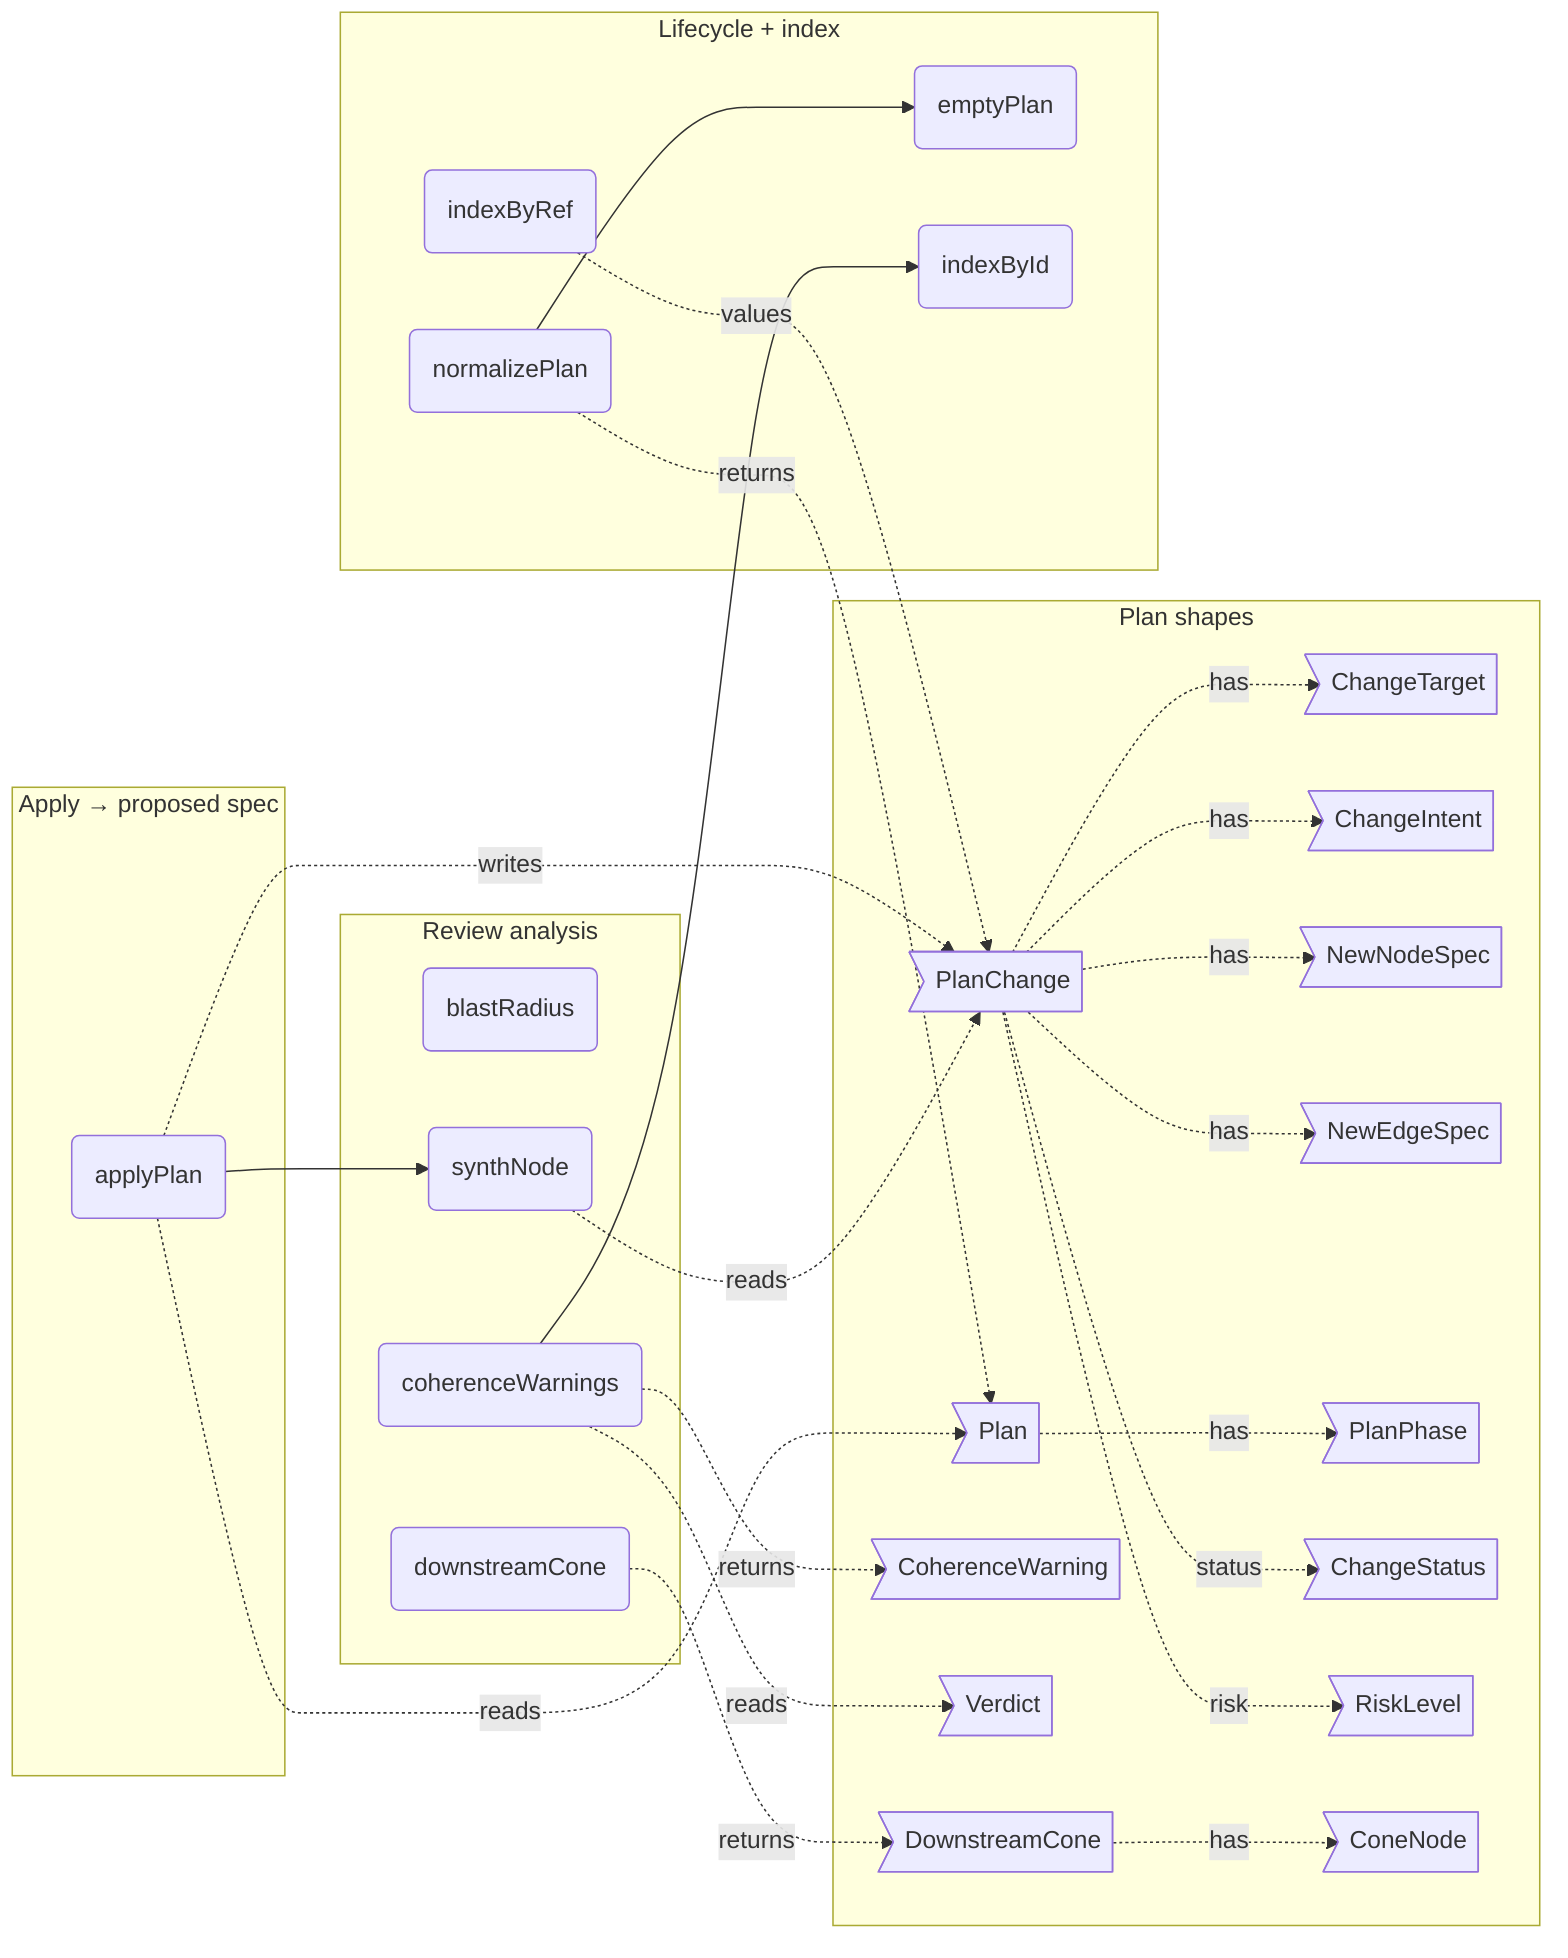
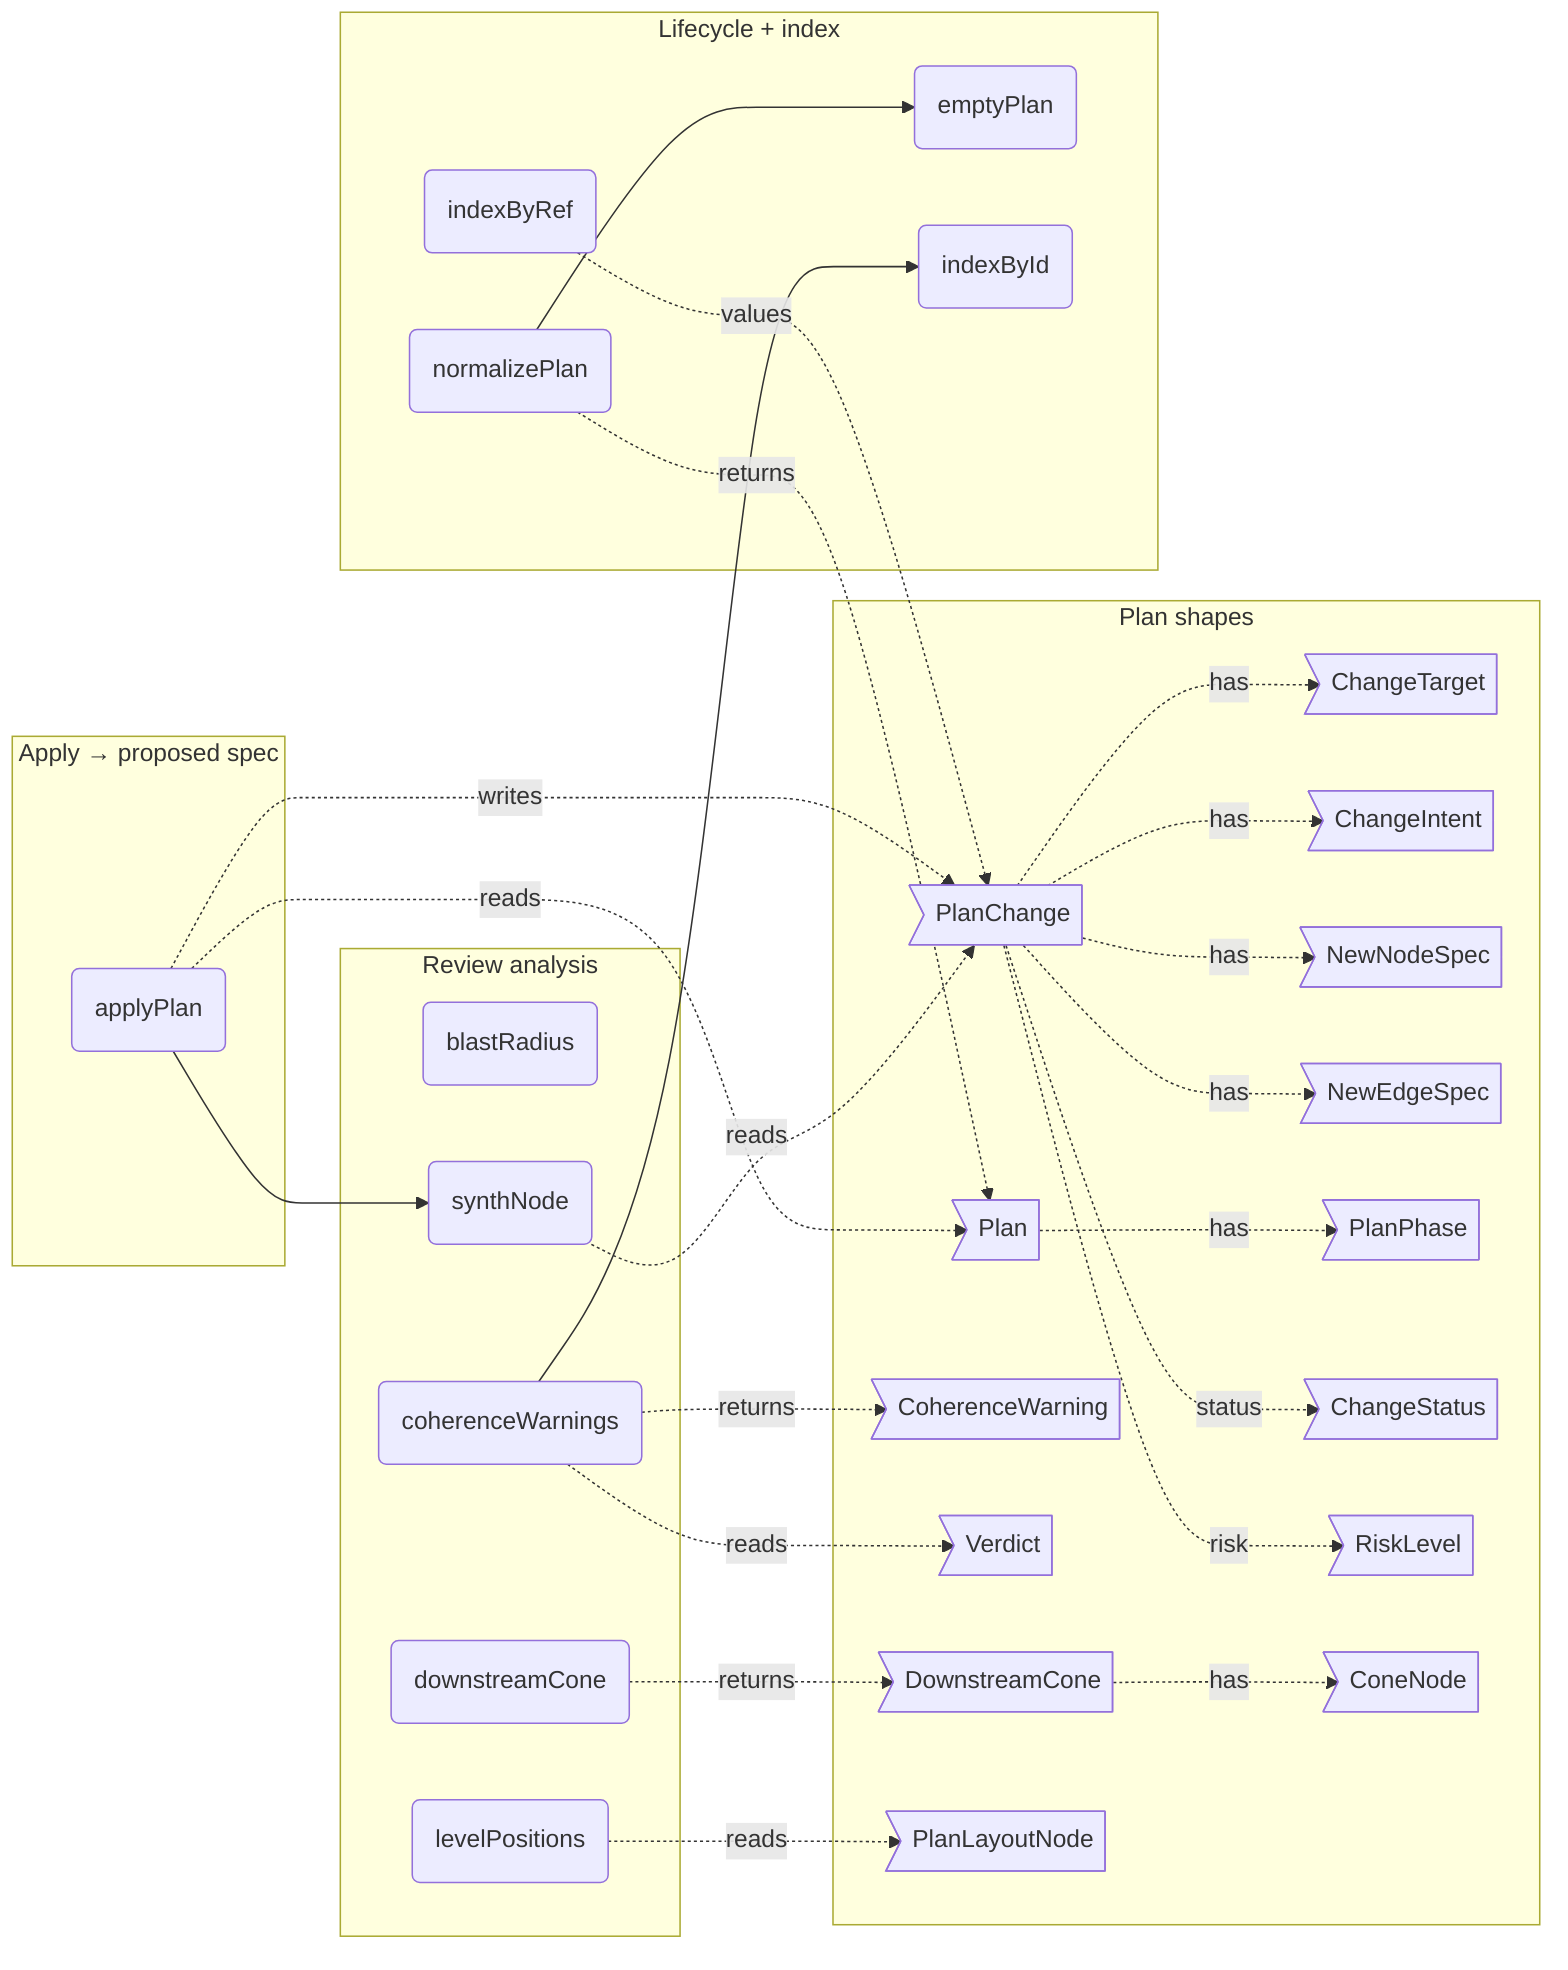
flowchart LR
%% root plan

%% src ChangeTarget src/core/plan/plan.ts#ChangeTarget
%% kind ChangeTarget type
%% fm:meta ChangeTarget name=ChangeTarget
%% fm:meta ChangeTarget desc=what a change is about: a node id, or an edge by its stable from->to:style key

%% src ChangeIntent src/core/plan/plan.ts#ChangeIntent
%% kind ChangeIntent type
%% fm:meta ChangeIntent name=ChangeIntent
%% fm:meta ChangeIntent desc=the WHY of a change: problem, approach, rationale, alternative, tradeoff

%% src NewNodeSpec src/core/plan/plan.ts#NewNodeSpec
%% kind NewNodeSpec type
%% fm:meta NewNodeSpec name=NewNodeSpec
%% fm:meta NewNodeSpec desc=spec for a node an add-change introduces: label, kind, drill-in parent

%% src NewEdgeSpec src/core/plan/plan.ts#NewEdgeSpec
%% kind NewEdgeSpec type
%% fm:meta NewEdgeSpec name=NewEdgeSpec
%% fm:meta NewEdgeSpec desc=spec for an edge an add-change introduces: from, to, style, label

%% src PlanChange src/core/plan/plan.ts#PlanChange
%% kind PlanChange type
%% fm:meta PlanChange name=PlanChange
%% fm:meta PlanChange desc=one proposed change: status, target, phase, risk, intent, dependsOn, optional new node/edge, and proposed fm (the enforceable signature)

%% src PlanPhase src/core/plan/plan.ts#PlanPhase
%% kind PlanPhase type
%% fm:meta PlanPhase name=PlanPhase
%% fm:meta PlanPhase desc=a milestone the changes group under: id, title, subtitle

%% src Plan src/core/plan/plan.ts#Plan
%% kind Plan type
%% fm:meta Plan name=Plan
%% fm:meta Plan desc=a whole build plan: base label, phases, and the list of changes

%% src CoherenceWarning src/core/plan/plan.ts#CoherenceWarning
%% kind CoherenceWarning type
%% fm:meta CoherenceWarning name=CoherenceWarning
%% fm:meta CoherenceWarning desc=a coherence problem from partial acceptance: change id plus message

%% src emptyPlan src/core/plan/plan.ts#emptyPlan
%% kind emptyPlan function
%% fm:meta emptyPlan name=emptyPlan
%% fm:meta emptyPlan desc=create a blank Plan value object
%% fm:meta emptyPlan i0.name=emptyPlan
%% fm:meta emptyPlan i0.returns=Plan

%% src normalizePlan src/core/plan/plan.ts#normalizePlan
%% kind normalizePlan function
%% fm:meta normalizePlan name=normalizePlan
%% fm:meta normalizePlan desc=coerce loaded JSON into a valid Plan, dropping malformed changes
%% fm:meta normalizePlan i0.name=normalizePlan
%% fm:meta normalizePlan i0.accepts=raw: unknown
%% fm:meta normalizePlan i0.returns=Plan

%% src indexByRef src/core/plan/plan.ts#indexByRef
%% kind indexByRef function
%% fm:meta indexByRef name=indexByRef
%% fm:meta indexByRef desc=index changes by their target ref (node id or edgeKey); one change per ref
%% fm:meta indexByRef i0.name=indexByRef
%% fm:meta indexByRef i0.accepts=plan: Plan
%% fm:meta indexByRef i0.returns=Record<string, PlanChange>

%% src indexById src/core/plan/plan.ts#indexById
%% kind indexById function
%% fm:meta indexById name=indexById
%% fm:meta indexById desc=index changes by their own change id
%% fm:meta indexById i0.name=indexById
%% fm:meta indexById i0.accepts=plan: Plan
%% fm:meta indexById i0.returns=Record<string, PlanChange>

%% src blastRadius src/core/plan/plan.ts#blastRadius
%% kind blastRadius function
%% fm:meta blastRadius name=blastRadius
%% fm:meta blastRadius desc=who consumes a node (callers, at-risk) and what it depends on, from the real edge list
%% fm:meta blastRadius i0.name=blastRadius
%% fm:meta blastRadius i0.accepts=edges: DiagramEdge[]
%% fm:meta blastRadius i0.accepts=ref: string
%% fm:meta blastRadius i0.returns={ consumers: string[]; dependencies: string[] }

%% src coherenceWarnings src/core/plan/plan.ts#coherenceWarnings
%% kind coherenceWarnings function
%% fm:meta coherenceWarnings name=coherenceWarnings
%% fm:meta coherenceWarnings desc=find incoherent verdicts: a change accepted while a dependency is rejected
%% fm:meta coherenceWarnings i0.name=coherenceWarnings
%% fm:meta coherenceWarnings i0.accepts=plan: Plan
%% fm:meta coherenceWarnings i0.accepts=verdicts: Record<string, Verdict | undefined>
%% fm:meta coherenceWarnings i0.returns=CoherenceWarning[]

%% src synthNode src/core/plan/plan.ts#synthNode
%% kind synthNode function
%% fm:meta synthNode name=synthNode
%% fm:meta synthNode desc=synthesize a DiagramNode for an add-node change (lives only in the planner view)
%% fm:meta synthNode i0.name=synthNode
%% fm:meta synthNode i0.accepts=c: PlanChange
%% fm:meta synthNode i0.returns=DiagramNode | null

%% src ChangeStatus src/core/plan/plan.ts#ChangeStatus
%% kind ChangeStatus type
%% fm:meta ChangeStatus name=ChangeStatus
%% fm:meta ChangeStatus desc=a change's disposition against current code: add, modify, remove

%% src Verdict src/core/plan/plan.ts#Verdict
%% kind Verdict type
%% fm:meta Verdict name=Verdict
%% fm:meta Verdict desc=a reviewer's per-change decision: accept or reject

%% src RiskLevel src/core/plan/plan.ts#RiskLevel
%% kind RiskLevel type
%% fm:meta RiskLevel name=RiskLevel
%% fm:meta RiskLevel desc=risk band carried on a change: low, med, high
+ 
+ %% src PlanLayoutNode src/core/plan/plan.ts#PlanLayoutNode
+ %% kind PlanLayoutNode type
+ %% fm:meta PlanLayoutNode name=PlanLayoutNode
+ %% fm:meta PlanLayoutNode desc=a node's id, real ctx.state position, parent and synth flag for the planner review-canvas layout
+ 
+ %% src levelPositions src/core/plan/plan.ts#levelPositions
+ %% kind levelPositions function
+ %% fm:meta levelPositions name=levelPositions
+ %% fm:meta levelPositions desc=D1 layout fidelity — real nodes render at their verbatim ctx.state position; only synth add-nodes get a computed slot
+ %% fm:meta levelPositions i0.name=levelPositions
+ %% fm:meta levelPositions i0.accepts=nodes: PlanLayoutNode[]
+ %% fm:meta levelPositions i0.returns=Record<string, { x: number; y: number }>

%% src ConeNode src/core/plan/plan.ts#ConeNode
%% kind ConeNode type
%% fm:meta ConeNode name=ConeNode
%% fm:meta ConeNode desc=one affected node in a downstream cone: id plus hop distance from the change

%% src DownstreamCone src/core/plan/plan.ts#DownstreamCone
%% kind DownstreamCone type
%% fm:meta DownstreamCone name=DownstreamCone
%% fm:meta DownstreamCone desc=transitive impact result: affected cone nodes nearest-first, reached entry points, max depth

%% src downstreamCone src/core/plan/plan.ts#downstreamCone
%% kind downstreamCone function
%% fm:meta downstreamCone name=downstreamCone
%% fm:meta downstreamCone desc=transitive downstream cone of a node change: every node that consumes ref, BFS backward over the edge list
%% fm:meta downstreamCone i0.name=downstreamCone
%% fm:meta downstreamCone i0.accepts=edges: DiagramEdge[]
%% fm:meta downstreamCone i0.accepts=ref: string
%% fm:meta downstreamCone i0.accepts=opts: { roots?: string[]; maxDepth?: number }
%% fm:meta downstreamCone i0.returns=DownstreamCone

%% src applyPlan src/core/plan/plan.ts#applyPlan
%% kind applyPlan function
%% fm:meta applyPlan name=applyPlan
%% fm:meta applyPlan desc=apply a plan's accepted changes to a base model, producing the proposed model that serialises to the approved spec (Phase 1c bridge)
%% fm:meta applyPlan i0.name=applyPlan
%% fm:meta applyPlan i0.accepts=base: { nodes: Record<string, DiagramNode>; edges: DiagramEdge[] }
%% fm:meta applyPlan i0.accepts=plan: Plan
%% fm:meta applyPlan i0.accepts=accepted: (changeId: string) => boolean
%% fm:meta applyPlan i0.returns={ nodes: Record<string, DiagramNode>; edges: DiagramEdge[] }

%% parent p_shapes plan
%% parent p_index plan
%% parent p_analysis plan
%% parent p_apply plan

  subgraph p_shapes ["Plan shapes"]
    ChangeTarget>"ChangeTarget"]
    ChangeIntent>"ChangeIntent"]
    NewNodeSpec>"NewNodeSpec"]
    NewEdgeSpec>"NewEdgeSpec"]
    PlanChange>"PlanChange"]
    PlanPhase>"PlanPhase"]
    Plan>"Plan"]
    CoherenceWarning>"CoherenceWarning"]
    ChangeStatus>"ChangeStatus"]
    Verdict>"Verdict"]
    RiskLevel>"RiskLevel"]
    ConeNode>"ConeNode"]
    DownstreamCone>"DownstreamCone"]
+     PlanLayoutNode>"PlanLayoutNode"]
  end
  subgraph p_index ["Lifecycle + index"]
    emptyPlan("emptyPlan")
    normalizePlan("normalizePlan")
    indexByRef("indexByRef")
    indexById("indexById")
  end
  subgraph p_analysis ["Review analysis"]
    blastRadius("blastRadius")
    downstreamCone("downstreamCone")
    coherenceWarnings("coherenceWarnings")
    synthNode("synthNode")
+     levelPositions("levelPositions")
  end
  subgraph p_apply ["Apply → proposed spec"]
    applyPlan("applyPlan")
  end

  normalizePlan --> emptyPlan
  coherenceWarnings --> indexById
  applyPlan --> synthNode
  normalizePlan -.->|returns| Plan
  indexByRef -.->|values| PlanChange
  synthNode -.->|reads| PlanChange
  coherenceWarnings -.->|returns| CoherenceWarning
  coherenceWarnings -.->|reads| Verdict
  downstreamCone -.->|returns| DownstreamCone
  DownstreamCone -.->|has| ConeNode
  applyPlan -.->|reads| Plan
  applyPlan -.->|writes| PlanChange
  PlanChange -.->|status| ChangeStatus
  PlanChange -.->|risk| RiskLevel
  PlanChange -.->|has| ChangeTarget
  PlanChange -.->|has| ChangeIntent
  PlanChange -.->|has| NewNodeSpec
  PlanChange -.->|has| NewEdgeSpec
  Plan -.->|has| PlanPhase
+   levelPositions -.->|reads| PlanLayoutNode
